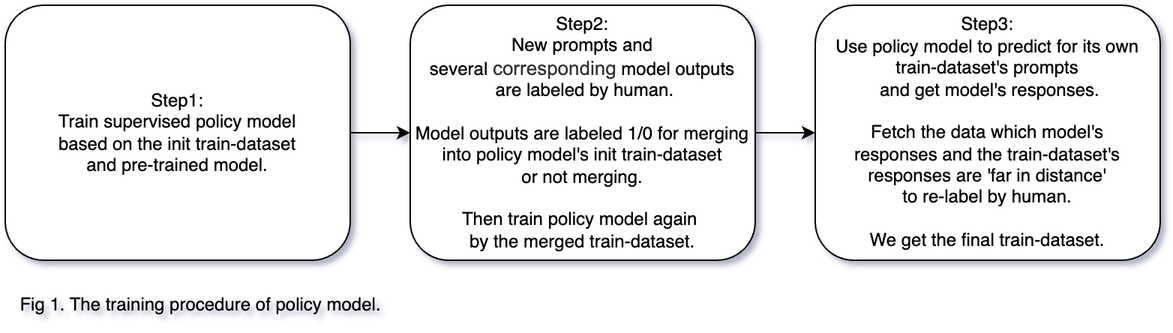
guotong1988/guotong1988.github.io keeps this draw.io diagram as assets/png/self-correct-chatgpt/fig1.png. Above is the earlier version. Source tidied: cells renumbered, new cells last; positions are measured from the earlier drawing's top-left corner, leaving out a move shared by most shapes.
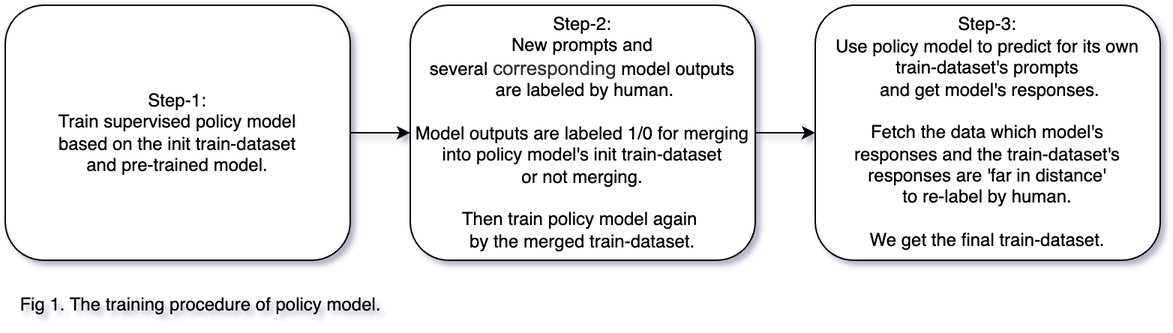
After the change.

What changed in the source:
```diff
@@ -5,16 +5,16 @@
     <mxCell id="2" style="edgeStyle=orthogonalEdgeStyle;rounded=0;jettySize=auto;html=1;" parent="1" edge="1" source="3" target="5">
       <mxGeometry relative="1" as="geometry" />
     </mxCell>
-    <mxCell id="3" value="Step1:&lt;br&gt;Train supervised policy model&lt;br&gt;based on the init train-dataset&lt;br&gt;and pre-trained model." style="rounded=1;whiteSpace=wrap;html=1;" parent="1" vertex="1">
+    <mxCell id="3" value="Step-1:&lt;br&gt;Train supervised policy model&lt;br&gt;based on the init train-dataset&lt;br&gt;and pre-trained model." style="rounded=1;whiteSpace=wrap;html=1;" parent="1" vertex="1">
       <mxGeometry width="230" height="170" as="geometry" />
     </mxCell>
     <mxCell id="4" style="edgeStyle=orthogonalEdgeStyle;rounded=0;jettySize=auto;html=1;" parent="1" edge="1" source="5" target="6">
       <mxGeometry relative="1" as="geometry" />
     </mxCell>
-    <mxCell id="5" value="Step2:&lt;br&gt;New prompts and&lt;br&gt;several&amp;nbsp;&lt;span style=&quot;color: rgb(51 , 51 , 51) ; font-family: &amp;#34;arial&amp;#34; , sans-serif ; font-size: 13px ; background-color: rgb(255 , 255 , 255)&quot;&gt;corresponding&lt;/span&gt;&amp;nbsp;model outputs&lt;br&gt;&amp;nbsp;are labeled by human.&lt;br&gt;&lt;br&gt;Model outputs are labeled 1/0 for merging into policy model's init train-dataset &lt;br&gt;or not merging.&lt;br&gt;&lt;br&gt;Then train policy model again&amp;nbsp;&lt;br&gt;by the merged train-dataset." style="whiteSpace=wrap;html=1;rounded=1;" parent="1" vertex="1">
+    <mxCell id="5" value="Step-2:&lt;br&gt;New prompts and&lt;br&gt;several&amp;nbsp;&lt;span style=&quot;color: rgb(51 , 51 , 51) ; font-family: &amp;#34;arial&amp;#34; , sans-serif ; font-size: 13px ; background-color: rgb(255 , 255 , 255)&quot;&gt;corresponding&lt;/span&gt;&amp;nbsp;model outputs&lt;br&gt;&amp;nbsp;are labeled by human.&lt;br&gt;&lt;br&gt;Model outputs are labeled 1/0 for merging into policy model's init train-dataset &lt;br&gt;or not merging.&lt;br&gt;&lt;br&gt;Then train policy model again&amp;nbsp;&lt;br&gt;by the merged train-dataset." style="whiteSpace=wrap;html=1;rounded=1;" parent="1" vertex="1">
       <mxGeometry x="270" width="230" height="170" as="geometry" />
     </mxCell>
-    <mxCell id="6" value="Step3:&lt;br&gt;Use policy model to predict for its own train-dataset's prompts&lt;br&gt;&amp;nbsp;and get model's responses.&lt;br&gt;&lt;br&gt;Fetch the data which model's responses&amp;nbsp;and the train-dataset's responses are 'far in distance' &lt;br&gt;to re-label&amp;nbsp;by human.&lt;br&gt;&lt;br&gt;We get the final train-dataset." style="whiteSpace=wrap;html=1;rounded=1;" parent="1" vertex="1">
+    <mxCell id="6" value="Step-3:&lt;br&gt;Use policy model to predict for its own train-dataset's prompts&lt;br&gt;&amp;nbsp;and get model's responses.&lt;br&gt;&lt;br&gt;Fetch the data which model's responses&amp;nbsp;and the train-dataset's responses are 'far in distance' &lt;br&gt;to re-label&amp;nbsp;by human.&lt;br&gt;&lt;br&gt;We get the final train-dataset." style="whiteSpace=wrap;html=1;rounded=1;" parent="1" vertex="1">
       <mxGeometry x="540" width="230" height="170" as="geometry" />
     </mxCell>
     <mxCell id="7" value="Fig 1. The training procedure of policy model." style="text;html=1;align=center;verticalAlign=middle;" parent="1" vertex="1">
```
